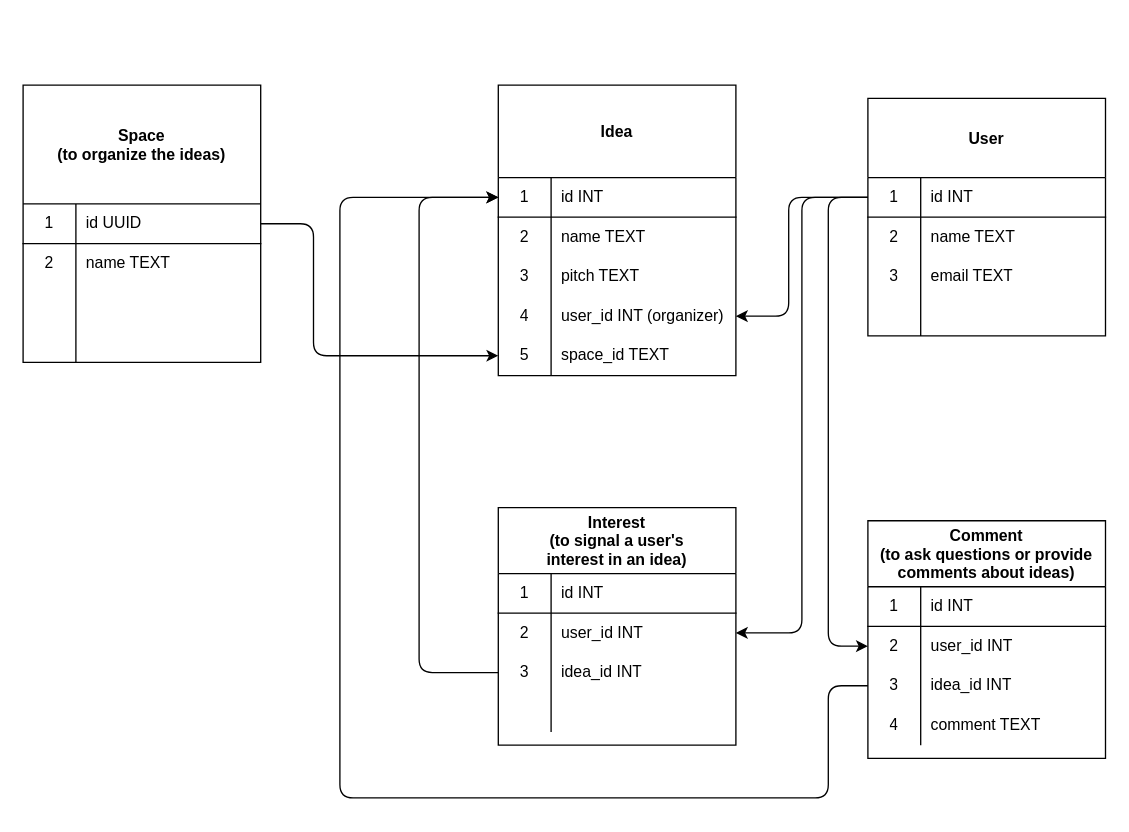
This is schema.drawio from jmichaelbrown8/elevator-pitch, a draw.io file, before an edit. Source tidied: cells renumbered, new cells numbered last; positions are measured from the earlier drawing's top-left corner, leaving out a move shared by most shapes. Both pictures are drawn from the tidied source at 132%, with x=0, y=0 at pixel (22, 84).
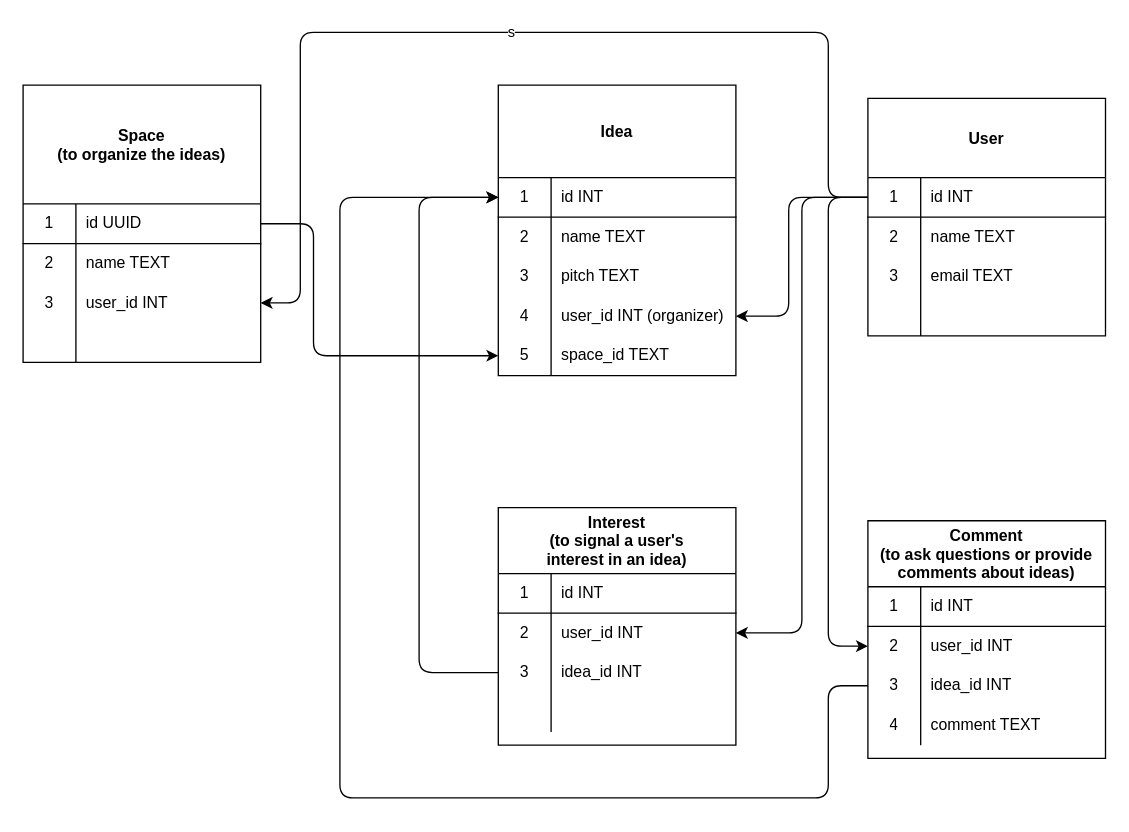
The same diagram, later.

Commit message:
Updated schema.drawio with user_id on Space

The change refers to these unchanged cells:
```xml
<mxCell id="19" style="shape=partialRectangle;html=1;whiteSpace=wrap;fillColor=none;top=0;left=0;bottom=1;right=0;points=[[0,0.5],[1,0.5]];portConstraint=eastwest;" parent="18" vertex="1">
  <mxGeometry y="60" width="180" height="30" as="geometry" />
</mxCell>
<mxCell id="69" style="shape=partialRectangle;html=1;whiteSpace=wrap;fillColor=none;top=0;left=0;bottom=0;right=0;points=[[0,0.5],[1,0.5]];portConstraint=eastwest;" parent="62" vertex="1">
  <mxGeometry y="150" width="180" height="30" as="geometry" />
</mxCell>
```

The edit, as a diff of the source:
```diff
@@
-    <mxCell id="70" style="shape=partialRectangle;html=1;whiteSpace=wrap;fillColor=none;top=0;left=0;bottom=0;right=0;overflow=hidden;" parent="69" vertex="1">
+    <mxCell id="70" value="3" style="shape=partialRectangle;html=1;whiteSpace=wrap;fillColor=none;top=0;left=0;bottom=0;right=0;overflow=hidden;" parent="69" vertex="1">
       <mxGeometry width="40" height="30" as="geometry" />
     </mxCell>
-    <mxCell id="71" style="shape=partialRectangle;html=1;whiteSpace=wrap;fillColor=none;top=0;left=0;bottom=0;right=0;align=left;spacingLeft=6;overflow=hidden;" parent="69" vertex="1">
+    <mxCell id="71" value="user_id INT" style="shape=partialRectangle;html=1;whiteSpace=wrap;fillColor=none;top=0;left=0;bottom=0;right=0;align=left;spacingLeft=6;overflow=hidden;" parent="69" vertex="1">
       <mxGeometry x="40" width="140" height="30" as="geometry" />
     </mxCell>
@@
+    <mxCell id="76" value="s" style="edgeStyle=none;html=1;exitX=0;exitY=0.5;exitDx=0;exitDy=0;entryX=1;entryY=0.5;entryDx=0;entryDy=0;" parent="1" edge="1" source="19" target="69">
+      <mxGeometry relative="1" as="geometry">
+        <Array as="points">
+          <mxPoint x="610" y="85" />
+          <mxPoint x="610" y="-40" />
+          <mxPoint x="210" y="-40" />
+          <mxPoint x="210" y="165" />
+        </Array>
+      </mxGeometry>
+    </mxCell>
```
